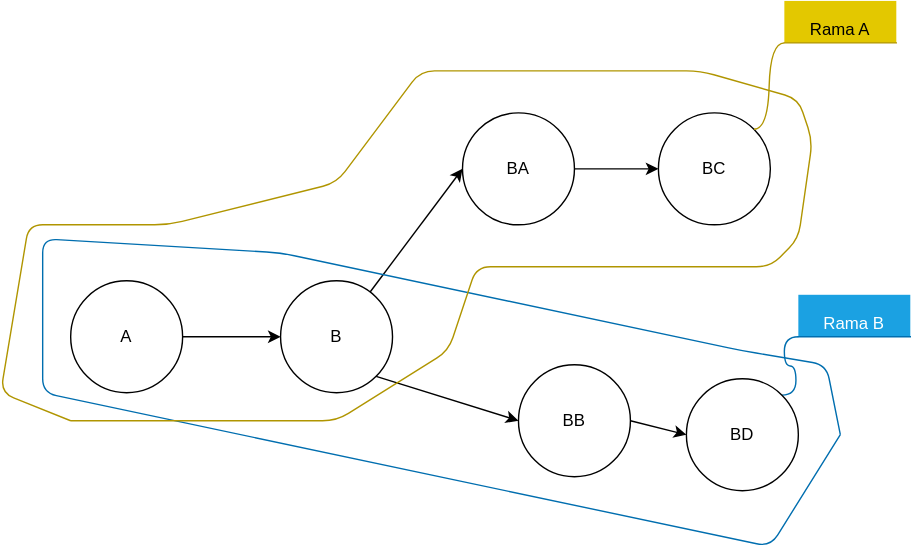
The draw.io diagram resources/merge1.svg in Calcoph/aprende-git, before a commit. Source tidied: cells renumbered, new cells last; positions are measured from the earlier drawing's top-left corner, leaving out a move shared by most shapes. Source of this version:
```xml
<mxGraphModel>
  <root>
    <mxCell id="0" />
    <mxCell id="1" parent="0" />
    <mxCell id="2" style="edgeStyle=none;html=1;" parent="1" edge="1" source="3" target="6">
      <mxGeometry relative="1" as="geometry" />
    </mxCell>
    <mxCell id="3" value="A" style="ellipse;whiteSpace=wrap;html=1;" parent="1" vertex="1">
      <mxGeometry x="50" y="200" width="80" height="80" as="geometry" />
    </mxCell>
    <mxCell id="4" style="edgeStyle=none;html=1;entryX=0;entryY=0.5;entryDx=0;entryDy=0;" parent="1" edge="1" source="6" target="8">
      <mxGeometry relative="1" as="geometry" />
    </mxCell>
    <mxCell id="5" style="edgeStyle=none;html=1;exitX=1;exitY=1;exitDx=0;exitDy=0;entryX=0;entryY=0.5;entryDx=0;entryDy=0;" parent="1" edge="1" source="6" target="9">
      <mxGeometry relative="1" as="geometry" />
    </mxCell>
    <mxCell id="6" value="B" style="ellipse;whiteSpace=wrap;html=1;" parent="1" vertex="1">
      <mxGeometry x="200" y="200" width="80" height="80" as="geometry" />
    </mxCell>
    <mxCell id="7" style="edgeStyle=none;html=1;exitX=1;exitY=0.5;exitDx=0;exitDy=0;" parent="1" edge="1" source="8" target="10">
      <mxGeometry relative="1" as="geometry" />
    </mxCell>
    <mxCell id="8" value="BA" style="ellipse;whiteSpace=wrap;html=1;" parent="1" vertex="1">
      <mxGeometry x="330" y="80" width="80" height="80" as="geometry" />
    </mxCell>
    <mxCell id="9" value="BB" style="ellipse;whiteSpace=wrap;html=1;" parent="1" vertex="1">
      <mxGeometry x="370" y="260" width="80" height="80" as="geometry" />
    </mxCell>
    <mxCell id="10" value="BC" style="ellipse;whiteSpace=wrap;html=1;" parent="1" vertex="1">
      <mxGeometry x="470" y="80" width="80" height="80" as="geometry" />
    </mxCell>
    <mxCell id="11" value="Rama A" style="whiteSpace=wrap;html=1;shape=partialRectangle;top=0;left=0;bottom=1;right=0;points=[[0,1],[1,1]];fillColor=#e3c800;align=center;verticalAlign=bottom;routingCenterY=0.5;snapToPoint=1;newEdgeStyle={&quot;edgeStyle&quot;:&quot;entityRelationEdgeStyle&quot;,&quot;startArrow&quot;:&quot;none&quot;,&quot;endArrow&quot;:&quot;none&quot;,&quot;segment&quot;:10,&quot;curved&quot;:1,&quot;sourcePerimeterSpacing&quot;:0,&quot;targetPerimeterSpacing&quot;:0};fontColor=#000000;strokeColor=#B09500;" parent="1" vertex="1">
      <mxGeometry x="560" width="80" height="30" as="geometry" />
    </mxCell>
    <mxCell id="12" style="edgeStyle=entityRelationEdgeStyle;startArrow=none;endArrow=none;segment=10;curved=1;sourcePerimeterSpacing=0;targetPerimeterSpacing=0;exitX=1;exitY=0;exitDx=0;exitDy=0;fillColor=#e3c800;strokeColor=#B09500;" parent="1" edge="1" source="10" target="11">
      <mxGeometry relative="1" as="geometry" />
    </mxCell>
    <mxCell id="13" value="Rama B" style="whiteSpace=wrap;html=1;shape=partialRectangle;top=0;left=0;bottom=1;right=0;points=[[0,1],[1,1]];fillColor=#1ba1e2;align=center;verticalAlign=bottom;routingCenterY=0.5;snapToPoint=1;newEdgeStyle={&quot;edgeStyle&quot;:&quot;entityRelationEdgeStyle&quot;,&quot;startArrow&quot;:&quot;none&quot;,&quot;endArrow&quot;:&quot;none&quot;,&quot;segment&quot;:10,&quot;curved&quot;:1,&quot;sourcePerimeterSpacing&quot;:0,&quot;targetPerimeterSpacing&quot;:0};fontColor=#ffffff;strokeColor=#006EAF;" parent="1" vertex="1">
      <mxGeometry x="570" y="210" width="80" height="30" as="geometry" />
    </mxCell>
    <mxCell id="14" style="edgeStyle=entityRelationEdgeStyle;startArrow=none;endArrow=none;segment=10;curved=1;sourcePerimeterSpacing=0;targetPerimeterSpacing=0;exitX=1;exitY=0;exitDx=0;exitDy=0;fillColor=#1ba1e2;strokeColor=#006EAF;" parent="1" edge="1" source="17" target="13">
      <mxGeometry relative="1" as="geometry" />
    </mxCell>
    <mxCell id="15" style="endArrow=none;html=1;fillColor=#1ba1e2;strokeColor=#006EAF;" parent="1" edge="1">
      <mxGeometry relative="1" as="geometry">
        <mxPoint x="600" y="310" as="sourcePoint" />
        <mxPoint x="600" y="310" as="targetPoint" />
        <Array as="points">
          <mxPoint x="590" y="260" />
          <mxPoint x="530" y="250" />
          <mxPoint x="200" y="180" />
          <mxPoint x="30" y="170" />
          <mxPoint x="30" y="280" />
          <mxPoint x="550" y="390" />
        </Array>
      </mxGeometry>
    </mxCell>
    <mxCell id="16" style="endArrow=none;html=1;fillColor=#e3c800;strokeColor=#B09500;" parent="1" edge="1">
      <mxGeometry relative="1" as="geometry">
        <mxPoint x="50" y="300" as="sourcePoint" />
        <mxPoint x="50" y="300" as="targetPoint" />
        <Array as="points">
          <mxPoint x="240" y="300" />
          <mxPoint x="320" y="250" />
          <mxPoint x="340" y="190" />
          <mxPoint x="550" y="190" />
          <mxPoint x="570" y="170" />
          <mxPoint x="580" y="100" />
          <mxPoint x="570" y="70" />
          <mxPoint x="500" y="50" />
          <mxPoint x="300" y="50" />
          <mxPoint x="240" y="130" />
          <mxPoint x="120" y="160" />
          <mxPoint x="20" y="160" />
          <mxPoint y="280" />
        </Array>
      </mxGeometry>
    </mxCell>
    <mxCell id="17" value="BD" style="ellipse;whiteSpace=wrap;html=1;" parent="1" vertex="1">
      <mxGeometry x="490" y="270" width="80" height="80" as="geometry" />
    </mxCell>
    <mxCell id="18" style="edgeStyle=none;html=1;exitX=1;exitY=0.5;exitDx=0;exitDy=0;entryX=0;entryY=0.5;entryDx=0;entryDy=0;" parent="1" edge="1" source="9" target="17">
      <mxGeometry relative="1" as="geometry" />
    </mxCell>
  </root>
</mxGraphModel>
```
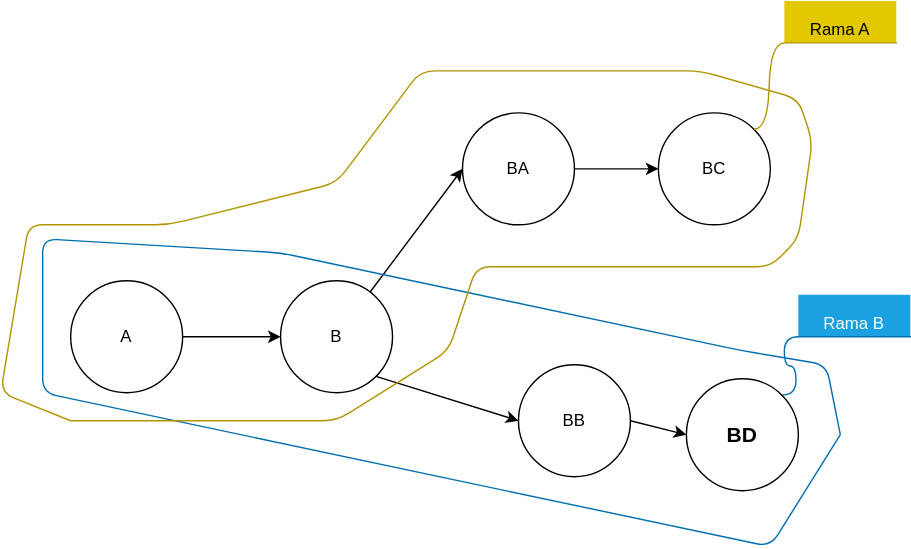
After the change.

The edit, as a diff of the source:
```diff
@@ -76,7 +76,7 @@
         </Array>
       </mxGeometry>
     </mxCell>
-    <mxCell id="17" value="BD" style="ellipse;whiteSpace=wrap;html=1;" parent="1" vertex="1">
+    <mxCell id="17" value="BD" style="ellipse;whiteSpace=wrap;html=1;fontStyle=1;fontSize=15;" parent="1" vertex="1">
       <mxGeometry x="490" y="270" width="80" height="80" as="geometry" />
     </mxCell>
     <mxCell id="18" style="edgeStyle=none;html=1;exitX=1;exitY=0.5;exitDx=0;exitDy=0;entryX=0;entryY=0.5;entryDx=0;entryDy=0;" parent="1" edge="1" source="9" target="17">
```
